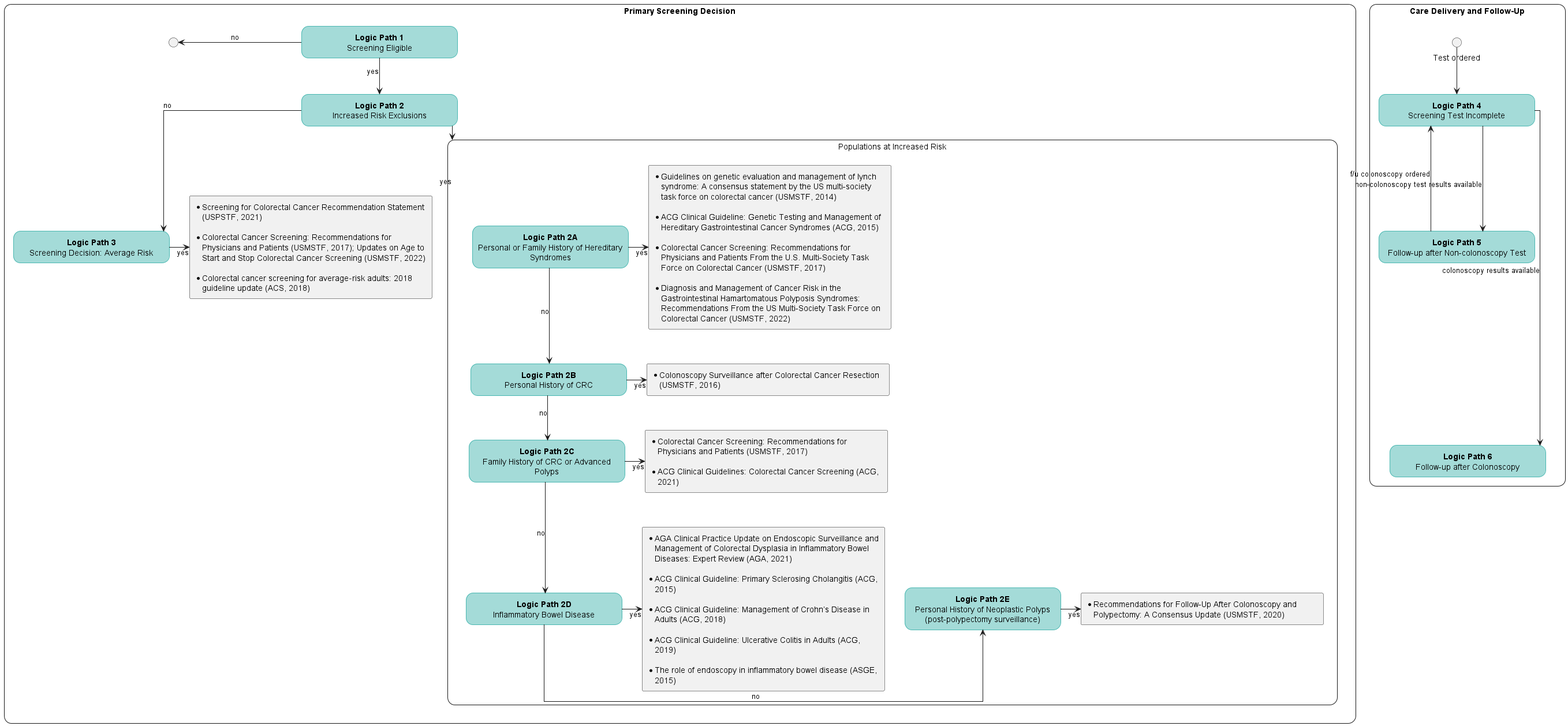
ccsm-cds-tools/CDC-Colorectal-Cancer-Screening-CDS-L2 keeps this PlantUML diagram as images/flow-HighLevel.png. Above is the earlier version.
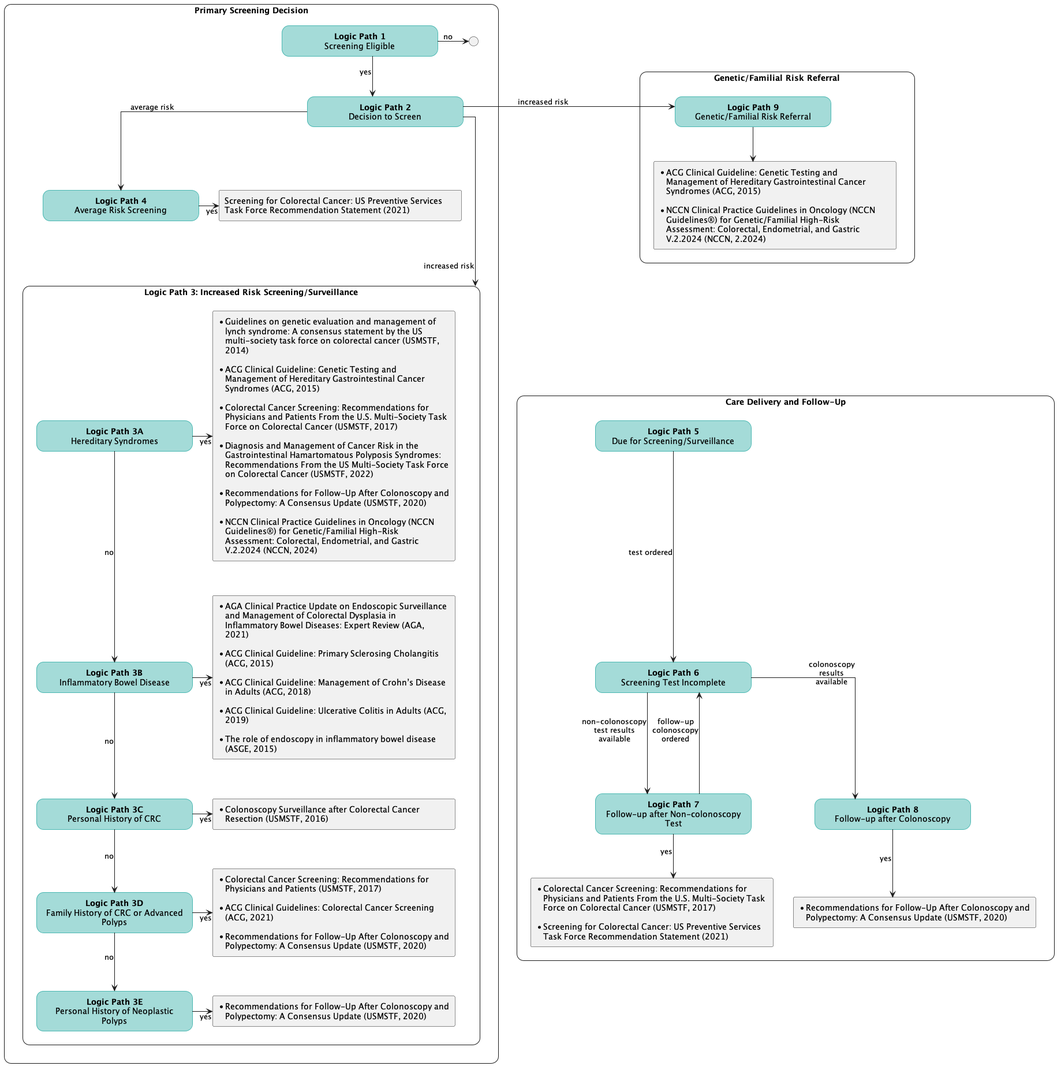
The same diagram one commit later.

Diff of the diagram source:
```diff
@@ -29,63 +29,74 @@
     }
 </style>
 
-
 rectangle "**Primary Screening Decision**" <<main>> as screening {
     rectangle "**Logic Path 1**\nScreening Eligible" <<roundbox>> as path_eligible
-    rectangle "**Logic Path 2**\nIncreased Risk Exclusions" <<roundbox>> as path_inc_risk_exc
-    rectangle "**Logic Path 3**\nScreening Decision: Average Risk" <<roundbox>> as path_avg_risk
+    rectangle "**Logic Path 2**\nDecision to Screen" <<roundbox>> as path_decision
+    rectangle "**Logic Path 4**\nAverage Risk Screening" <<roundbox>> as path_avg_risk
 
 
-        rectangle "* Screening for Colorectal Cancer Recommendation Statement (USPSTF, 2021)\n\n* Colorectal Cancer Screening: Recommendations for Physicians and Patients (USMSTF, 2017); Updates on Age to Start and Stop Colorectal Cancer Screening (USMSTF, 2022)\n\n* Colorectal cancer screening for average‐risk adults: 2018 guideline update (ACS, 2018)" <<citation>> as ref_avg_risk
-
+        rectangle "Screening for Colorectal Cancer: US Preventive Services Task Force Recommendation Statement (2021)" <<citation>> as ref_uspstf
 
 
 
 
     circle "<U+0000>" as end_connector
 
-    rectangle "Populations at Increased Risk" <<main>> as increased_risk {
-    rectangle "**Logic Path 2A**\nPersonal or Family History of Hereditary Syndromes" <<roundbox>> as path_crc_syndromes
-        rectangle "*Guidelines on genetic evaluation and management of lynch syndrome: A consensus statement by the US multi-society task force on colorectal cancer (USMSTF, 2014)\n\n* ACG Clinical Guideline: Genetic Testing and Management of Hereditary Gastrointestinal Cancer Syndromes (ACG, 2015)\n\n* Colorectal Cancer Screening: Recommendations for Physicians and Patients From the U.S. Multi-Society Task Force on Colorectal Cancer (USMSTF, 2017)\n\n* Diagnosis and Management of Cancer Risk in the Gastrointestinal Hamartomatous Polyposis Syndromes: Recommendations From the US Multi-Society Task Force on Colorectal Cancer (USMSTF, 2022)" <<citation>> as ref_syndromes
-    rectangle "**Logic Path 2B**\nPersonal History of CRC" <<roundbox>> as path_hx_crc
+    rectangle "**Logic Path 3: Increased Risk Screening/Surveillance**" <<main>> as increased_risk {
+    rectangle "**Logic Path 3A**\nHereditary Syndromes" <<roundbox>> as path_crc_syndromes
+        rectangle "*Guidelines on genetic evaluation and management of lynch syndrome: A consensus statement by the US multi-society task force on colorectal cancer (USMSTF, 2014)\n\n* ACG Clinical Guideline: Genetic Testing and Management of Hereditary Gastrointestinal Cancer Syndromes (ACG, 2015)\n\n* Colorectal Cancer Screening: Recommendations for Physicians and Patients From the U.S. Multi-Society Task Force on Colorectal Cancer (USMSTF, 2017)\n\n* Diagnosis and Management of Cancer Risk in the Gastrointestinal Hamartomatous Polyposis Syndromes: Recommendations From the US Multi-Society Task Force on Colorectal Cancer (USMSTF, 2022)\n\n* Recommendations for Follow-Up After Colonoscopy and Polypectomy: A Consensus Update (USMSTF, 2020)\n\n* NCCN Clinical Practice Guidelines in Oncology (NCCN Guidelines®) for Genetic/Familial High-Risk Assessment: Colorectal, Endometrial, and Gastric V.2.2024 (NCCN, 2024)" <<citation>> as ref_syndromes
+    rectangle "**Logic Path 3B**\nInflammatory Bowel Disease" <<roundbox>> as path_ibd
+        rectangle "*AGA Clinical Practice Update on Endoscopic Surveillance and Management of Colorectal Dysplasia in Inflammatory Bowel Diseases: Expert Review (AGA, 2021)\n\n* ACG Clinical Guideline: Primary Sclerosing Cholangitis (ACG, 2015)\n\n* ACG Clinical Guideline: Management of Crohn’s Disease in Adults (ACG, 2018)\n\n* ACG Clinical Guideline: Ulcerative Colitis in Adults (ACG, 2019)\n\n* The role of endoscopy in inflammatory bowel disease (ASGE, 2015)" <<citation>> as ref_ibd
+    rectangle "**Logic Path 3C**\nPersonal History of CRC" <<roundbox>> as path_hx_crc
         rectangle "*Colonoscopy Surveillance after Colorectal Cancer Resection (USMSTF, 2016)" <<citation>> <<red>> as ref_usmstf_crc
-    rectangle "**Logic Path 2C**\nFamily History of CRC or Advanced Polyps" <<roundbox>> as path_fam_hx_crc
-        rectangle "*Colorectal Cancer Screening: Recommendations for Physicians and Patients (USMSTF, 2017)\n\n* ACG Clinical Guidelines: Colorectal Cancer Screening (ACG, 2021)" <<citation>> as ref_fam_hx_crc
-    rectangle "**Logic Path 2D**\nInflammatory Bowel Disease" <<roundbox>> as path_ibd
-        rectangle "*AGA Clinical Practice Update on Endoscopic Surveillance and Management of Colorectal Dysplasia in Inflammatory Bowel Diseases: Expert Review (AGA, 2021)\n\n* ACG Clinical Guideline: Primary Sclerosing Cholangitis (ACG, 2015)\n\n* ACG Clinical Guideline: Management of Crohn’s Disease in Adults (ACG, 2018)\n\n* ACG Clinical Guideline: Ulcerative Colitis in Adults (ACG, 2019)\n\n* The role of endoscopy in inflammatory bowel disease (ASGE, 2015)" <<citation>> as ref_ibd
-    rectangle "**Logic Path 2E**\nPersonal History of Neoplastic Polyps (post-polypectomy surveillance)" <<roundbox>> as path_polyps
+    rectangle "**Logic Path 3D**\nFamily History of CRC or Advanced Polyps" <<roundbox>> as path_fam_hx_crc
+        rectangle "*Colorectal Cancer Screening: Recommendations for Physicians and Patients (USMSTF, 2017)\n\n* ACG Clinical Guidelines: Colorectal Cancer Screening (ACG, 2021)\n\n* Recommendations for Follow-Up After Colonoscopy and Polypectomy: A Consensus Update (USMSTF, 2020)" <<citation>> as ref_fam_hx_crc
+    rectangle "**Logic Path 3E**\nPersonal History of Neoplastic Polyps" <<roundbox>> as path_polyps
         rectangle "*Recommendations for Follow-Up After Colonoscopy and Polypectomy: A Consensus Update (USMSTF, 2020)" <<citation>> as ref_usmstf_polyps
 
-    path_crc_syndromes -d-> path_hx_crc: no
+
+    path_crc_syndromes -d-> path_ibd: no
     path_crc_syndromes -r-> ref_syndromes: yes
+    path_ibd -d-> path_hx_crc: no
+    path_ibd -r-> ref_ibd: yes
     path_hx_crc -d-> path_fam_hx_crc: no
     path_hx_crc -r-> ref_usmstf_crc: yes
-    path_fam_hx_crc -d-> path_ibd: no
+    path_fam_hx_crc -d-> path_polyps: no
     path_fam_hx_crc -r-> ref_fam_hx_crc: yes
-    path_ibd -r-> path_polyps: no
-    path_ibd -r-> ref_ibd: yes
     path_polyps -r-> ref_usmstf_polyps: yes
     }
 
-    path_eligible -d-> path_inc_risk_exc: yes
-    path_inc_risk_exc -d-> increased_risk: yes
-    path_inc_risk_exc -d-> path_avg_risk: no
-    path_avg_risk -r-> ref_avg_risk: yes
-    path_eligible -[norank]--> end_connector: no
+    path_eligible -d-> path_decision: yes
+    path_eligible -[norank]-> end_connector: no
+    path_decision -d-> increased_risk: "increased risk"
+    path_decision -d-> path_avg_risk: "average risk"
+    path_avg_risk -> ref_uspstf: yes
+    path_avg_risk -[hidden]d-> increased_risk
 }
 
 rectangle "**Care Delivery and Follow-Up**" <<main>> as followup {
-    rectangle "**Logic Path 4**\nScreening Test Incomplete" <<roundbox>> as path_screen
-    rectangle "**Logic Path 5**\nFollow-up after Non-colonoscopy Test" <<roundbox>> as path_followup
-    rectangle "**Logic Path 6**\nFollow-up after Colonoscopy"<<roundbox>> as path_followup_col
-    circle "Test ordered" as start
-    start-->path_screen
-    path_screen-->path_followup: non-colonoscopy test results available
-    path_followup-->path_screen: f/u colonoscopy ordered
-    path_screen-->path_followup_col: colonoscopy results available
-    path_followup-[hidden]-->path_followup_col
-
-
+    rectangle "**Logic Path 5**\nDue for Screening/Surveillance" <<roundbox>> as path_due
+    rectangle "**Logic Path 6**\nScreening Test Incomplete" <<roundbox>> as path_screen
+    rectangle "**Logic Path 7**\nFollow-up after Non-colonoscopy Test" <<roundbox>> as path_followup
+        rectangle "*Colorectal Cancer Screening: Recommendations for Physicians and Patients From the U.S. Multi-Society Task Force on Colorectal Cancer (USMSTF, 2017)\n\n* Screening for Colorectal Cancer: US Preventive Services Task Force Recommendation Statement (2021)" <<citation>> as ref_nonColonoscopyFollowup
+    rectangle "**Logic Path 8**\nFollow-up after Colonoscopy"<<roundbox>> as path_followup_col
+        rectangle "*Recommendations for Follow-Up After Colonoscopy and Polypectomy: A Consensus Update (USMSTF, 2020)" <<citation>> as ref_colonoscopyFollowup
+    path_due -d-> path_screen: test ordered
+    path_screen-d->path_followup: "non-colonoscopy\ntest results\navailable"
+    path_followup-u->path_screen: "follow-up\ncolonoscopy\nordered"
+    path_followup -d-> ref_nonColonoscopyFollowup : yes
+    path_screen-d->path_followup_col: "colonoscopy\nresults\navailable"
+    path_followup_col -d-> ref_colonoscopyFollowup : yes
 }
 
+rectangle "**Genetic/Familial Risk Referral**" <<main>> as genetic {
+    rectangle "**Logic Path 9**\nGenetic/Familial Risk Referral" <<roundbox>> as path_genetic_risk
+    rectangle "*ACG Clinical Guideline: Genetic Testing and Management of Hereditary Gastrointestinal Cancer Syndromes (ACG, 2015)\n\n* NCCN Clinical Practice Guidelines in Oncology (NCCN Guidelines®) for Genetic/Familial High-Risk Assessment: Colorectal, Endometrial, and Gastric V.2.2024 (NCCN, 2.2024)" <<citation>> as ref_genetic_risk
+
+    path_genetic_risk --> ref_genetic_risk
+}
+
+genetic -[hidden]d--> followup
+path_decision -> path_genetic_risk: "increased risk"
+
 @enduml
```
